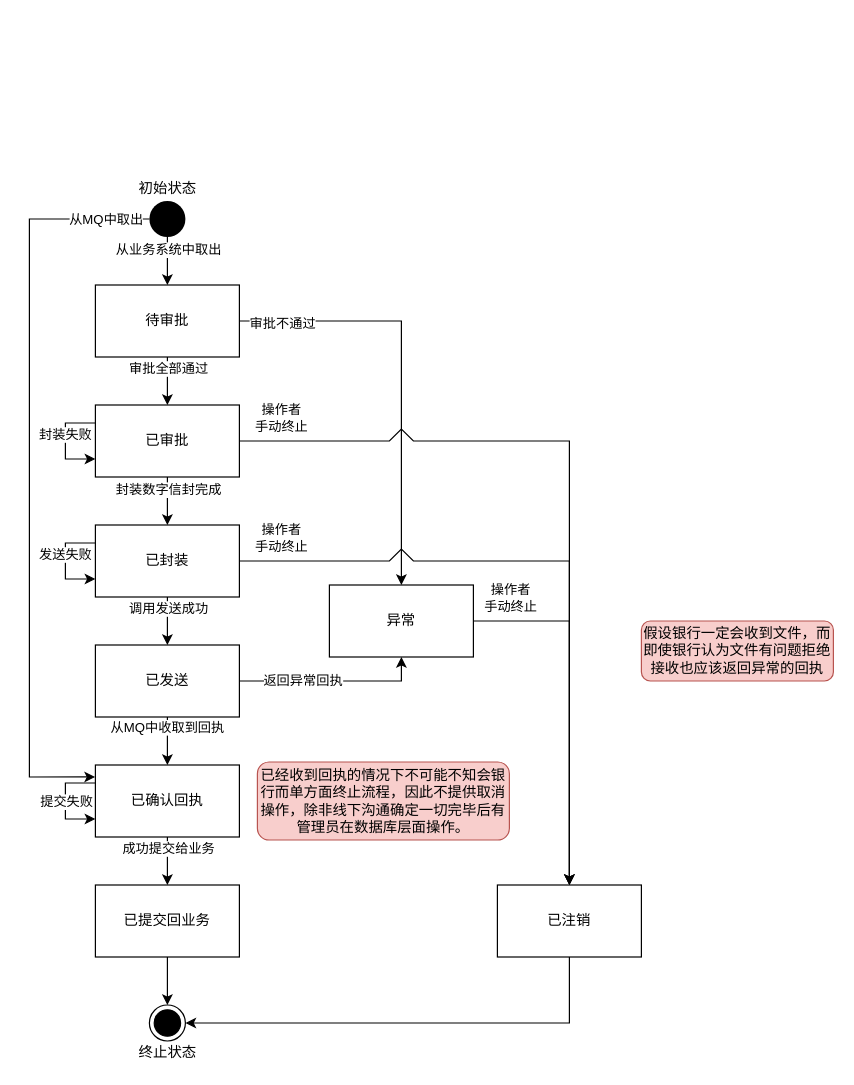
CTmH/PaperlessBusiness keeps this draw.io diagram as 状态转换图.drawio. Above is the earlier version. Source tidied: cells renumbered, new cells numbered last; positions are measured from the earlier drawing's top-left corner, leaving out a move shared by most shapes. Both pictures are drawn from the tidied source at 120%, with x=0, y=0 at pixel (29, 176).
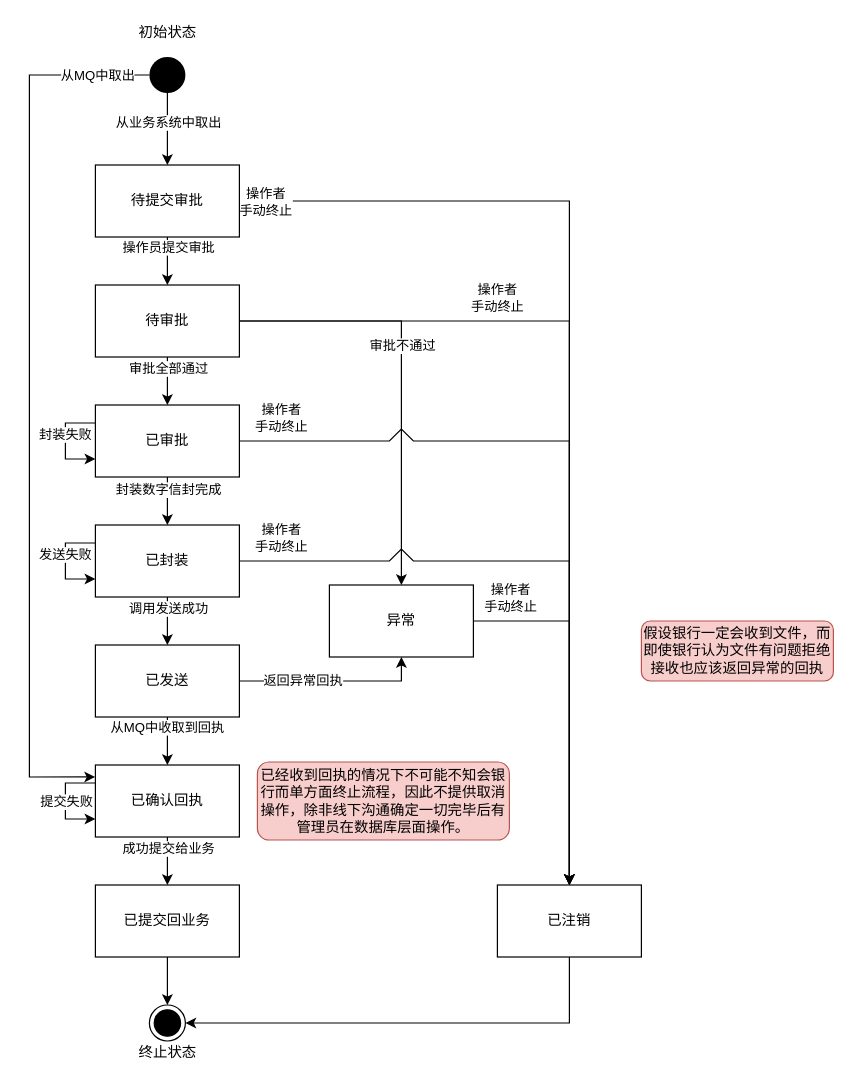
After the change.

Commit message (it also covers changes not shown here):
Seperate OperationHandle

Unchanged cells that the change refers to:
```xml
<mxCell id="9" style="edgeStyle=orthogonalEdgeStyle;rounded=0;jettySize=auto;html=1;" parent="1" edge="1" source="11" target="36">
  <mxGeometry relative="1" as="geometry" />
</mxCell>
<mxCell id="11" value="待审批" style="whiteSpace=wrap;html=1;perimeterSpacing=0;" parent="1" vertex="1">
  <mxGeometry x="55" y="90" width="120" height="60" as="geometry" />
</mxCell>
<mxCell id="29" value="已确认回执" style="whiteSpace=wrap;html=1;perimeterSpacing=0;" parent="1" vertex="1">
  <mxGeometry x="55" y="490" width="120" height="60" as="geometry" />
</mxCell>
<mxCell id="38" value="已注销" style="whiteSpace=wrap;html=1;perimeterSpacing=0;" parent="1" vertex="1">
  <mxGeometry x="390" y="590" width="120" height="60" as="geometry" />
</mxCell>
```

Diff of the diagram source:
```diff
@@
-    <mxCell id="2" style="edgeStyle=orthogonalEdgeStyle;rounded=0;jettySize=auto;html=1;" parent="1" edge="1" source="6" target="11">
+    <mxCell id="2" style="edgeStyle=orthogonalEdgeStyle;rounded=0;jettySize=auto;html=1;entryX=0.5;entryY=0;entryDx=0;entryDy=0;" parent="1" edge="1" source="6" target="52">
       <mxGeometry relative="1" as="geometry" />
     </mxCell>
     <mxCell id="3" value="从业务系统中取出" style="edgeLabel;html=1;align=center;verticalAlign=middle;" parent="2" vertex="1">
       <mxGeometry x="-0.7" relative="1" as="geometry">
-        <mxPoint y="4" as="offset" />
+        <mxPoint y="15" as="offset" />
       </mxGeometry>
     </mxCell>
     <mxCell id="4" style="edgeStyle=orthogonalEdgeStyle;rounded=0;jettySize=auto;html=1;exitX=0;exitY=0.5;exitDx=0;exitDy=0;entryX=-0.002;entryY=0.166;entryDx=0;entryDy=0;entryPerimeter=0;" parent="1" edge="1" source="6" target="29">
       <mxGeometry relative="1" as="geometry">
         <Array as="points">
-          <mxPoint y="35" />
+          <mxPoint y="-85" />
           <mxPoint y="500" />
         </Array>
       </mxGeometry>
     </mxCell>
@@
     <mxCell id="6" style="ellipse;fillColor=#000000;strokeColor=none;" parent="1" vertex="1">
-      <mxGeometry x="100" y="20" width="30" height="30" as="geometry" />
+      <mxGeometry x="100" y="-100" width="30" height="30" as="geometry" />
     </mxCell>
@@
     <mxCell id="10" value="审批不通过" style="edgeLabel;html=1;align=center;verticalAlign=middle;" parent="9" vertex="1">
       <mxGeometry x="-0.81" y="-1" relative="1" as="geometry">
-        <mxPoint x="1" as="offset" />
+        <mxPoint x="101.2" y="19" as="offset" />
       </mxGeometry>
     </mxCell>
@@
     <mxCell id="32" value="初始状态" style="text;html=1;strokeColor=none;fillColor=none;align=center;verticalAlign=middle;whiteSpace=wrap;rounded=0;" parent="1" vertex="1">
-      <mxGeometry x="87.5" width="55" height="20" as="geometry" />
+      <mxGeometry x="87.5" y="-130" width="55" height="20" as="geometry" />
     </mxCell>
@@
+    <mxCell id="48" style="edgeStyle=orthogonalEdgeStyle;rounded=0;jettySize=auto;html=1;exitX=0.5;exitY=1;exitDx=0;exitDy=0;entryX=0.5;entryY=0;entryDx=0;entryDy=0;" parent="1" edge="1" source="52" target="11">
+      <mxGeometry relative="1" as="geometry">
+        <Array as="points">
+          <mxPoint x="115" y="70" />
+          <mxPoint x="115" y="70" />
+        </Array>
+      </mxGeometry>
+    </mxCell>
+    <mxCell id="49" value="操作员提交审批" style="edgeLabel;html=1;align=center;verticalAlign=middle;" parent="48" vertex="1">
+      <mxGeometry x="-0.33" y="-5" relative="1" as="geometry">
+        <mxPoint x="5" y="-5" as="offset" />
+      </mxGeometry>
+    </mxCell>
+    <mxCell id="50" style="edgeStyle=orthogonalEdgeStyle;rounded=0;jettySize=auto;html=1;exitX=1;exitY=0.5;exitDx=0;exitDy=0;entryX=0.5;entryY=0;entryDx=0;entryDy=0;" parent="1" edge="1" source="52" target="38">
+      <mxGeometry relative="1" as="geometry" />
+    </mxCell>
+    <mxCell id="51" value="操作者&lt;br&gt;手动终止" style="edgeLabel;html=1;align=center;verticalAlign=middle;" parent="50" vertex="1">
+      <mxGeometry x="-0.95" relative="1" as="geometry" />
+    </mxCell>
+    <mxCell id="52" value="待提交审批" style="rounded=0;whiteSpace=wrap;html=1;" parent="1" vertex="1">
+      <mxGeometry x="55" y="-10" width="120" height="60" as="geometry" />
+    </mxCell>
+    <mxCell id="53" style="rounded=0;orthogonalLoop=1;jettySize=auto;html=1;exitX=1;exitY=0.5;exitDx=0;exitDy=0;" parent="1" edge="1">
+      <mxGeometry relative="1" as="geometry">
+        <mxPoint x="175" y="120" as="sourcePoint" />
+        <mxPoint x="450" y="590" as="targetPoint" />
+        <Array as="points">
+          <mxPoint x="300" y="120" />
+          <mxPoint x="320" y="120" />
+          <mxPoint x="450" y="120" />
+        </Array>
+      </mxGeometry>
+    </mxCell>
+    <mxCell id="54" value="操作者&lt;br&gt;手动终止" style="edgeLabel;html=1;align=center;verticalAlign=middle;" parent="53" vertex="1">
+      <mxGeometry x="-0.28" y="-2" relative="1" as="geometry">
+        <mxPoint x="-54" y="-22" as="offset" />
+      </mxGeometry>
+    </mxCell>
```
